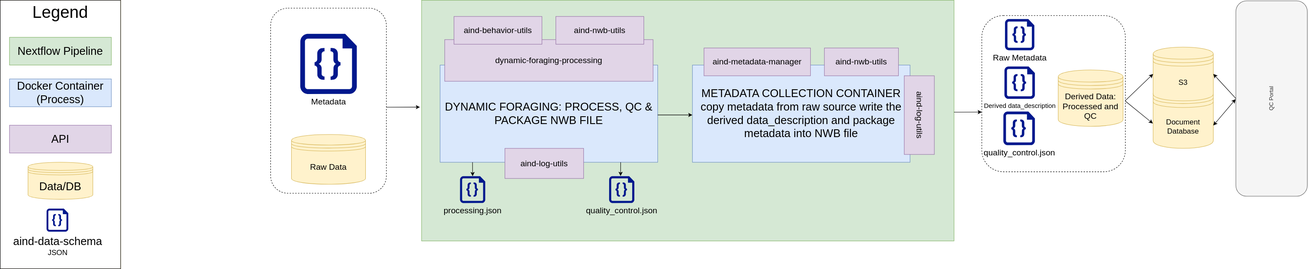
Earlier version of the draw.io export diagrams/dynamic-foraging/dynamic-foraging_pipeline.svg (AllenNeuralDynamics/aind-software-docs). Source tidied: cells renumbered, new cells last; positions are measured from the earlier drawing's top-left corner, leaving out a move shared by most shapes.
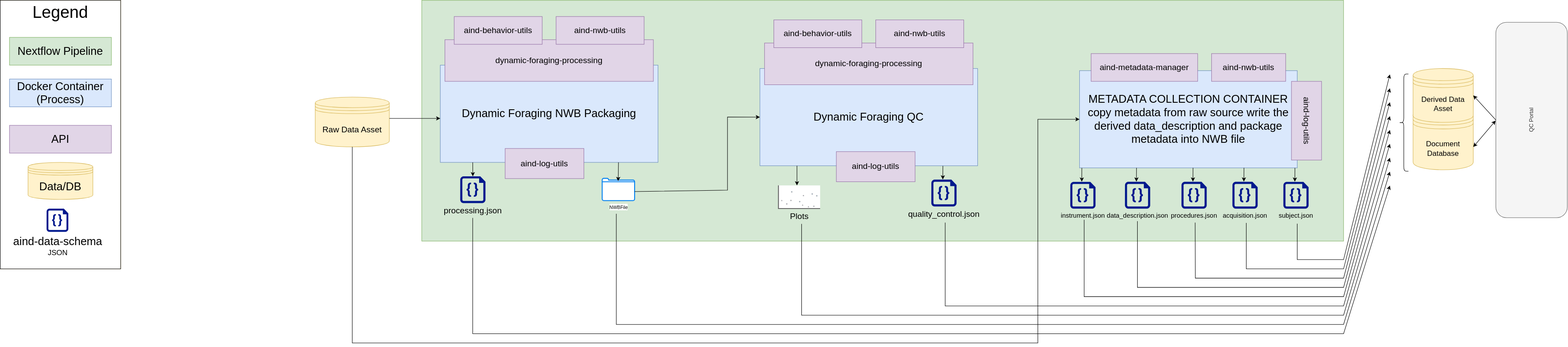
Above is the later version.

Commit message:
fix: add better resolution to outputs

Change to the diagram source:
```diff
@@ -2,38 +2,23 @@
   <root>
     <mxCell id="0" />
     <mxCell id="1" parent="0" />
-    <mxCell id="2" style="rounded=1;whiteSpace=wrap;html=1;fillColor=none;dashed=1;" parent="1" vertex="1">
-      <mxGeometry x="2120" y="33" width="310" height="337.5" as="geometry" />
-    </mxCell>
     <mxCell id="3" style="rounded=0;whiteSpace=wrap;html=1;fillColor=#d5e8d4;strokeColor=#82b366;" parent="1" vertex="1">
-      <mxGeometry x="910" width="1150" height="520" as="geometry" />
+      <mxGeometry x="910" width="1990" height="520" as="geometry" />
     </mxCell>
-    <mxCell id="4" value="&lt;font style=&quot;font-size: 18px;&quot;&gt;Metadata&lt;/font&gt;" style="sketch=0;shadow=0;dashed=0;html=1;strokeColor=none;labelPosition=center;verticalLabelPosition=bottom;verticalAlign=top;align=center;fillColor=#00188D;shape=mxgraph.azure.code_file;" parent="1" vertex="1">
-      <mxGeometry x="647.9" y="72.5" width="122.2" height="130" as="geometry" />
-    </mxCell>
-    <mxCell id="5" value="&lt;font style=&quot;font-size: 18px;&quot;&gt;Raw Data&lt;/font&gt;" style="shape=datastore;whiteSpace=wrap;html=1;fillColor=#fff2cc;strokeColor=#d6b656;" parent="1" vertex="1">
-      <mxGeometry x="629" y="290" width="160" height="107.5" as="geometry" />
+    <mxCell id="5" value="&lt;font style=&quot;font-size: 18px;&quot;&gt;Raw Data Asset&lt;/font&gt;" style="shape=datastore;whiteSpace=wrap;html=1;fillColor=#fff2cc;strokeColor=#d6b656;" parent="1" vertex="1">
+      <mxGeometry x="680" y="209" width="160" height="107.5" as="geometry" />
     </mxCell>
-    <mxCell id="6" style="rounded=1;whiteSpace=wrap;html=1;fillColor=none;dashed=1;" parent="1" vertex="1">
-      <mxGeometry x="584" y="17" width="250" height="400" as="geometry" />
-    </mxCell>
-    <mxCell id="7" value="&lt;font style=&quot;font-size: 18px;&quot;&gt;Raw Metadata&lt;/font&gt;" style="sketch=0;shadow=0;dashed=0;html=1;strokeColor=none;labelPosition=center;verticalLabelPosition=bottom;verticalAlign=top;align=center;fillColor=#00188D;shape=mxgraph.azure.code_file;" parent="1" vertex="1">
-      <mxGeometry x="2170" y="40.5" width="63.5" height="67.5" as="geometry" />
-    </mxCell>
-    <mxCell id="8" value="&lt;font style=&quot;font-size: 18px;&quot;&gt;Derived Data: Processed and QC&lt;/font&gt;" style="shape=datastore;whiteSpace=wrap;html=1;fillColor=#fff2cc;strokeColor=#d6b656;" parent="1" vertex="1">
-      <mxGeometry x="2285" y="150.5" width="140" height="121.9" as="geometry" />
-    </mxCell>
     <mxCell id="9" value="&lt;span style=&quot;font-size: 24px;&quot;&gt;METADATA COLLECTION CONTAINER&lt;/span&gt;&lt;br&gt;&lt;div&gt;&lt;font style=&quot;font-size: 24px;&quot;&gt;copy metadata from raw source write the derived data_description and package metadata into NWB file&lt;/font&gt;&lt;/div&gt;" style="rounded=0;whiteSpace=wrap;html=1;fillColor=#dae8fc;strokeColor=#6c8ebf;" parent="1" vertex="1">
-      <mxGeometry x="1495" y="140" width="470" height="210" as="geometry" />
+      <mxGeometry x="2330" y="151.9" width="470" height="210" as="geometry" />
     </mxCell>
     <mxCell id="10" value="&lt;font style=&quot;font-size: 18px;&quot;&gt;aind-metadata-manager&lt;/font&gt;" style="rounded=0;whiteSpace=wrap;html=1;fillColor=#e1d5e7;strokeColor=#9673a6;" parent="1" vertex="1">
-      <mxGeometry x="1520" y="103.1" width="230" height="60" as="geometry" />
+      <mxGeometry x="2355" y="115" width="230" height="60" as="geometry" />
     </mxCell>
     <mxCell id="11" value="&lt;font style=&quot;font-size: 18px;&quot;&gt;aind-log-utils&lt;/font&gt;" style="rounded=0;whiteSpace=wrap;html=1;rotation=90;fillColor=#e1d5e7;strokeColor=#9673a6;" parent="1" vertex="1">
-      <mxGeometry x="1900" y="215.6" width="170" height="65" as="geometry" />
+      <mxGeometry x="2735" y="227.5" width="170" height="65" as="geometry" />
     </mxCell>
     <mxCell id="12" value="&lt;font style=&quot;font-size: 18px;&quot;&gt;aind-nwb-utils&lt;/font&gt;" style="rounded=0;whiteSpace=wrap;html=1;fillColor=#e1d5e7;strokeColor=#9673a6;" parent="1" vertex="1">
-      <mxGeometry x="1780" y="103.1" width="160" height="60" as="geometry" />
+      <mxGeometry x="2615" y="115" width="160" height="60" as="geometry" />
     </mxCell>
     <mxCell id="13" style="group;fillColor=#fff2cc;strokeColor=#d6b656;" parent="1" vertex="1">
       <mxGeometry width="260" height="580" as="geometry" />
@@ -59,7 +44,7 @@
     <mxCell id="20" value="&lt;font style=&quot;font-size: 24px;&quot;&gt;aind-data-schema&lt;/font&gt;&lt;div&gt;&lt;font size=&quot;3&quot;&gt;JSON&lt;/font&gt;&lt;/div&gt;" style="sketch=0;shadow=0;dashed=0;html=1;strokeColor=none;labelPosition=center;verticalLabelPosition=bottom;verticalAlign=top;align=center;fillColor=#00188D;shape=mxgraph.azure.code_file;" parent="13" vertex="1">
       <mxGeometry x="100" y="450" width="47" height="50" as="geometry" />
     </mxCell>
-    <mxCell id="21" value="&lt;span style=&quot;font-size: 24px;&quot;&gt;DYNAMIC FORAGING: PROCESS, QC &amp;amp; PACKAGE NWB FILE&lt;/span&gt;" style="rounded=0;whiteSpace=wrap;html=1;fillColor=#dae8fc;strokeColor=#6c8ebf;" parent="1" vertex="1">
+    <mxCell id="21" value="&lt;span style=&quot;font-size: 24px;&quot;&gt;Dynamic Foraging NWB Packaging&lt;/span&gt;" style="rounded=0;whiteSpace=wrap;html=1;fillColor=#dae8fc;strokeColor=#6c8ebf;" parent="1" vertex="1">
       <mxGeometry x="950" y="140" width="470" height="210" as="geometry" />
     </mxCell>
     <mxCell id="22" value="&lt;font style=&quot;font-size: 18px;&quot;&gt;dynamic-foraging-processing&lt;/font&gt;" style="rounded=0;whiteSpace=wrap;html=1;fillColor=#e1d5e7;strokeColor=#9673a6;" parent="1" vertex="1">
@@ -74,65 +59,223 @@
     <mxCell id="25" value="&lt;font style=&quot;font-size: 18px;&quot;&gt;aind-log-utils&lt;/font&gt;" style="rounded=0;whiteSpace=wrap;html=1;rotation=0;fillColor=#e1d5e7;strokeColor=#9673a6;" parent="1" vertex="1">
       <mxGeometry x="1090" y="320" width="170" height="65" as="geometry" />
     </mxCell>
-    <mxCell id="26" style="endArrow=classic;html=1;rounded=0;entryX=0;entryY=0.5;entryDx=0;entryDy=0;exitX=0.25;exitY=0;exitDx=0;exitDy=0;" parent="1" edge="1">
-      <mxGeometry relative="1" as="geometry">
-        <mxPoint x="1420" y="247.8" as="sourcePoint" />
-        <mxPoint x="1495" y="247.8" as="targetPoint" />
-      </mxGeometry>
-    </mxCell>
-    <mxCell id="27" style="endArrow=classic;html=1;rounded=0;exitX=0.999;exitY=0.535;exitDx=0;exitDy=0;exitPerimeter=0;entryX=-0.003;entryY=0.444;entryDx=0;entryDy=0;entryPerimeter=0;" parent="1" edge="1" source="6" target="3">
-      <mxGeometry relative="1" as="geometry" />
-    </mxCell>
-    <mxCell id="28" style="endArrow=classic;html=1;rounded=0;exitX=0.25;exitY=0;exitDx=0;exitDy=0;" parent="1" edge="1">
-      <mxGeometry relative="1" as="geometry">
-        <mxPoint x="2060" y="241.9" as="sourcePoint" />
-        <mxPoint x="2120" y="241.5" as="targetPoint" />
-      </mxGeometry>
-    </mxCell>
-    <mxCell id="29" value="&lt;font style=&quot;font-size: 14px;&quot;&gt;Derived data_description&lt;/font&gt;" style="sketch=0;shadow=0;dashed=0;html=1;strokeColor=none;labelPosition=center;verticalLabelPosition=bottom;verticalAlign=top;align=center;fillColor=#00188D;shape=mxgraph.azure.code_file;" parent="1" vertex="1">
-      <mxGeometry x="2168.8" y="143" width="65.8" height="70" as="geometry" />
-    </mxCell>
-    <mxCell id="30" value="&lt;font style=&quot;font-size: 18px;&quot;&gt;quality_control.json&lt;/font&gt;" style="sketch=0;shadow=0;dashed=0;html=1;strokeColor=none;labelPosition=center;verticalLabelPosition=bottom;verticalAlign=top;align=center;fillColor=#00188D;shape=mxgraph.azure.code_file;" parent="1" vertex="1">
-      <mxGeometry x="2166.5" y="240.5" width="68.2" height="72.5" as="geometry" />
-    </mxCell>
     <mxCell id="31" value="&lt;font size=&quot;3&quot;&gt;Document Database&lt;/font&gt;" style="shape=datastore;whiteSpace=wrap;html=1;fillColor=#fff2cc;strokeColor=#d6b656;" parent="1" vertex="1">
-      <mxGeometry x="2490" y="184.9" width="130" height="135" as="geometry" />
+      <mxGeometry x="3050" y="231" width="130" height="135" as="geometry" />
     </mxCell>
-    <mxCell id="32" value="&lt;font size=&quot;3&quot;&gt;S3&lt;/font&gt;" style="shape=datastore;whiteSpace=wrap;html=1;fillColor=#fff2cc;strokeColor=#d6b656;" parent="1" vertex="1">
-      <mxGeometry x="2490" y="101.1" width="130" height="116.2" as="geometry" />
+    <mxCell id="32" value="&lt;font size=&quot;3&quot;&gt;Derived Data Asset&lt;/font&gt;" style="shape=datastore;whiteSpace=wrap;html=1;fillColor=#fff2cc;strokeColor=#d6b656;" parent="1" vertex="1">
+      <mxGeometry x="3050" y="147.3" width="130" height="116.2" as="geometry" />
     </mxCell>
-    <mxCell id="33" style="endArrow=classic;html=1;rounded=0;exitX=0.25;exitY=0;exitDx=0;exitDy=0;entryX=0;entryY=0.5;entryDx=0;entryDy=0;" parent="1" edge="1" target="32">
-      <mxGeometry relative="1" as="geometry">
-        <mxPoint x="2430" y="216.7" as="sourcePoint" />
-      </mxGeometry>
-    </mxCell>
-    <mxCell id="34" style="endArrow=classic;html=1;rounded=0;exitX=0.999;exitY=0.547;exitDx=0;exitDy=0;entryX=-0.004;entryY=0.602;entryDx=0;entryDy=0;exitPerimeter=0;entryPerimeter=0;" parent="1" edge="1" source="2" target="31">
-      <mxGeometry relative="1" as="geometry" />
-    </mxCell>
     <mxCell id="35" value="QC Portal" style="rounded=1;whiteSpace=wrap;html=1;rotation=-90;fillColor=#f5f5f5;strokeColor=#666666;fontColor=#333333;" parent="1" vertex="1">
-      <mxGeometry x="2534.8" y="135.2" width="422.1" height="154.2" as="geometry" />
+      <mxGeometry x="3094.8" y="181.4" width="422.1" height="154.2" as="geometry" />
     </mxCell>
     <mxCell id="36" style="endArrow=classic;html=1;rounded=0;exitX=0.5;exitY=0;exitDx=0;exitDy=0;entryX=1;entryY=0.5;entryDx=0;entryDy=0;" parent="1" edge="1" source="35" target="32">
       <mxGeometry relative="1" as="geometry" />
     </mxCell>
     <mxCell id="37" style="endArrow=classic;startArrow=classic;html=1;rounded=0;entryX=0.497;entryY=-0.003;entryDx=0;entryDy=0;entryPerimeter=0;" parent="1" edge="1" target="35">
       <mxGeometry relative="1" as="geometry">
-        <mxPoint x="2620" y="270.5" as="sourcePoint" />
+        <mxPoint x="3180" y="316.6" as="sourcePoint" />
       </mxGeometry>
     </mxCell>
     <mxCell id="38" value="&lt;span style=&quot;font-size: 18px;&quot;&gt;processing.json&lt;/span&gt;" style="sketch=0;shadow=0;dashed=0;html=1;strokeColor=none;labelPosition=center;verticalLabelPosition=bottom;verticalAlign=top;align=center;fillColor=#00188D;shape=mxgraph.azure.code_file;" parent="1" vertex="1">
       <mxGeometry x="993" y="380" width="54.5" height="58" as="geometry" />
     </mxCell>
     <mxCell id="39" value="&lt;span style=&quot;font-size: 18px;&quot;&gt;quality_control.json&lt;/span&gt;" style="sketch=0;shadow=0;dashed=0;html=1;strokeColor=none;labelPosition=center;verticalLabelPosition=bottom;verticalAlign=top;align=center;fillColor=#00188D;shape=mxgraph.azure.code_file;" parent="1" vertex="1">
-      <mxGeometry x="1315" y="380" width="54.5" height="58" as="geometry" />
+      <mxGeometry x="2010" y="387.3" width="54.5" height="58" as="geometry" />
     </mxCell>
     <mxCell id="40" style="endArrow=classic;html=1;rounded=0;exitX=0.149;exitY=1;exitDx=0;exitDy=0;exitPerimeter=0;entryX=0.5;entryY=0;entryDx=0;entryDy=0;entryPerimeter=0;" parent="1" edge="1" source="21" target="38">
       <mxGeometry relative="1" as="geometry" />
     </mxCell>
     <mxCell id="41" style="endArrow=classic;html=1;rounded=0;exitX=0.149;exitY=1;exitDx=0;exitDy=0;exitPerimeter=0;entryX=0.455;entryY=-0.007;entryDx=0;entryDy=0;entryPerimeter=0;" parent="1" edge="1" target="39">
       <mxGeometry relative="1" as="geometry">
-        <mxPoint x="1340" y="350" as="sourcePoint" />
+        <mxPoint x="2035" y="357.3" as="sourcePoint" />
       </mxGeometry>
     </mxCell>
+    <mxCell id="42" value="&lt;div&gt;&lt;font style=&quot;font-size: 24px;&quot;&gt;Dynamic Foraging QC&lt;/font&gt;&lt;/div&gt;" style="rounded=0;whiteSpace=wrap;html=1;fillColor=#dae8fc;strokeColor=#6c8ebf;" parent="1" vertex="1">
+      <mxGeometry x="1640" y="147.3" width="470" height="210" as="geometry" />
+    </mxCell>
+    <mxCell id="43" value="&lt;font style=&quot;font-size: 18px;&quot;&gt;aind-log-utils&lt;/font&gt;" style="rounded=0;whiteSpace=wrap;html=1;rotation=0;fillColor=#e1d5e7;strokeColor=#9673a6;" parent="1" vertex="1">
+      <mxGeometry x="1805" y="326.8" width="170" height="65" as="geometry" />
+    </mxCell>
+    <mxCell id="44" value="&lt;font style=&quot;font-size: 18px;&quot;&gt;dynamic-foraging-processing&lt;/font&gt;" style="rounded=0;whiteSpace=wrap;html=1;fillColor=#e1d5e7;strokeColor=#9673a6;" parent="1" vertex="1">
+      <mxGeometry x="1650" y="92.2" width="450" height="90" as="geometry" />
+    </mxCell>
+    <mxCell id="45" value="&lt;font style=&quot;font-size: 18px;&quot;&gt;aind-nwb-utils&lt;/font&gt;" style="rounded=0;whiteSpace=wrap;html=1;fillColor=#e1d5e7;strokeColor=#9673a6;" parent="1" vertex="1">
+      <mxGeometry x="1890" y="42.2" width="190" height="60" as="geometry" />
+    </mxCell>
+    <mxCell id="46" value="&lt;font style=&quot;font-size: 18px;&quot;&gt;aind-behavior-utils&lt;/font&gt;" style="rounded=0;whiteSpace=wrap;html=1;fillColor=#e1d5e7;strokeColor=#9673a6;" parent="1" vertex="1">
+      <mxGeometry x="1670" y="42.2" width="190" height="60" as="geometry" />
+    </mxCell>
+    <mxCell id="47" value="&lt;font style=&quot;font-size: 18px;&quot;&gt;Plots&lt;/font&gt;" style="verticalLabelPosition=bottom;shadow=0;dashed=0;align=center;html=1;verticalAlign=top;strokeWidth=1;shape=mxgraph.mockup.graphics.plotChart;strokeColor=none;strokeColor2=#aaaaaa;strokeColor3=#666666;fillColor2=#99aaff,#0022ff,#008cff;" parent="1" vertex="1">
+      <mxGeometry x="1680" y="399.7" width="90" height="50" as="geometry" />
+    </mxCell>
+    <mxCell id="48" style="endArrow=classic;html=1;rounded=0;exitX=0.149;exitY=1;exitDx=0;exitDy=0;exitPerimeter=0;" parent="1" edge="1">
+      <mxGeometry relative="1" as="geometry">
+        <mxPoint x="1720" y="357.3" as="sourcePoint" />
+        <mxPoint x="1720" y="399.7" as="targetPoint" />
+      </mxGeometry>
+    </mxCell>
+    <mxCell id="49" value="&lt;font size=&quot;1&quot;&gt;NWBFile&lt;/font&gt;" style="html=1;verticalLabelPosition=bottom;align=center;labelBackgroundColor=#ffffff;verticalAlign=top;strokeWidth=2;strokeColor=#0080F0;shadow=0;dashed=0;shape=mxgraph.ios7.icons.folder;" parent="1" vertex="1">
+      <mxGeometry x="1300" y="385" width="70" height="48" as="geometry" />
+    </mxCell>
+    <mxCell id="50" style="endArrow=classic;html=1;rounded=0;exitX=0.149;exitY=1;exitDx=0;exitDy=0;exitPerimeter=0;entryX=0.486;entryY=0.111;entryDx=0;entryDy=0;entryPerimeter=0;" parent="1" edge="1" target="49">
+      <mxGeometry relative="1" as="geometry">
+        <mxPoint x="1334.7" y="350" as="sourcePoint" />
+      </mxGeometry>
+    </mxCell>
+    <mxCell id="51" value="&lt;font style=&quot;font-size: 14px;&quot;&gt;data_description.json&lt;/font&gt;" style="sketch=0;shadow=0;dashed=0;html=1;strokeColor=none;labelPosition=center;verticalLabelPosition=bottom;verticalAlign=top;align=center;fillColor=#00188D;shape=mxgraph.azure.code_file;" parent="1" vertex="1">
+      <mxGeometry x="2428" y="391.9" width="54.5" height="58" as="geometry" />
+    </mxCell>
+    <mxCell id="52" style="endArrow=classic;html=1;rounded=0;exitX=0.149;exitY=1;exitDx=0;exitDy=0;exitPerimeter=0;entryX=0.455;entryY=-0.007;entryDx=0;entryDy=0;entryPerimeter=0;" parent="1" edge="1" target="51">
+      <mxGeometry relative="1" as="geometry">
+        <mxPoint x="2453" y="361.9" as="sourcePoint" />
+      </mxGeometry>
+    </mxCell>
+    <mxCell id="53" value="&lt;font style=&quot;font-size: 14px;&quot;&gt;acquisition.json&lt;/font&gt;" style="sketch=0;shadow=0;dashed=0;html=1;strokeColor=none;labelPosition=center;verticalLabelPosition=bottom;verticalAlign=top;align=center;fillColor=#00188D;shape=mxgraph.azure.code_file;" parent="1" vertex="1">
+      <mxGeometry x="2660" y="391.9" width="54.5" height="58" as="geometry" />
+    </mxCell>
+    <mxCell id="54" style="endArrow=classic;html=1;rounded=0;exitX=0.149;exitY=1;exitDx=0;exitDy=0;exitPerimeter=0;entryX=0.455;entryY=-0.007;entryDx=0;entryDy=0;entryPerimeter=0;" parent="1" edge="1" target="53">
+      <mxGeometry relative="1" as="geometry">
+        <mxPoint x="2685" y="361.9" as="sourcePoint" />
+      </mxGeometry>
+    </mxCell>
+    <mxCell id="55" value="&lt;font style=&quot;font-size: 14px;&quot;&gt;instrument.json&lt;/font&gt;" style="sketch=0;shadow=0;dashed=0;html=1;strokeColor=none;labelPosition=center;verticalLabelPosition=bottom;verticalAlign=top;align=center;fillColor=#00188D;shape=mxgraph.azure.code_file;" parent="1" vertex="1">
+      <mxGeometry x="2310" y="392" width="54.5" height="58" as="geometry" />
+    </mxCell>
+    <mxCell id="56" style="endArrow=classic;html=1;rounded=0;exitX=0.149;exitY=1;exitDx=0;exitDy=0;exitPerimeter=0;entryX=0.455;entryY=-0.007;entryDx=0;entryDy=0;entryPerimeter=0;" parent="1" edge="1" target="55">
+      <mxGeometry relative="1" as="geometry">
+        <mxPoint x="2335" y="362" as="sourcePoint" />
+      </mxGeometry>
+    </mxCell>
+    <mxCell id="57" value="&lt;font style=&quot;font-size: 14px;&quot;&gt;subject.json&lt;/font&gt;" style="sketch=0;shadow=0;dashed=0;html=1;strokeColor=none;labelPosition=center;verticalLabelPosition=bottom;verticalAlign=top;align=center;fillColor=#00188D;shape=mxgraph.azure.code_file;" parent="1" vertex="1">
+      <mxGeometry x="2770" y="392" width="54.5" height="58" as="geometry" />
+    </mxCell>
+    <mxCell id="58" style="endArrow=classic;html=1;rounded=0;exitX=0.149;exitY=1;exitDx=0;exitDy=0;exitPerimeter=0;entryX=0.455;entryY=-0.007;entryDx=0;entryDy=0;entryPerimeter=0;" parent="1" edge="1" target="57">
+      <mxGeometry relative="1" as="geometry">
+        <mxPoint x="2795" y="362" as="sourcePoint" />
+      </mxGeometry>
+    </mxCell>
+    <mxCell id="59" value="&lt;font style=&quot;font-size: 14px;&quot;&gt;procedures.json&lt;/font&gt;" style="sketch=0;shadow=0;dashed=0;html=1;strokeColor=none;labelPosition=center;verticalLabelPosition=bottom;verticalAlign=top;align=center;fillColor=#00188D;shape=mxgraph.azure.code_file;" parent="1" vertex="1">
+      <mxGeometry x="2550" y="391.9" width="54.5" height="58" as="geometry" />
+    </mxCell>
+    <mxCell id="60" style="endArrow=classic;html=1;rounded=0;exitX=0.149;exitY=1;exitDx=0;exitDy=0;exitPerimeter=0;entryX=0.455;entryY=-0.007;entryDx=0;entryDy=0;entryPerimeter=0;" parent="1" edge="1" target="59">
+      <mxGeometry relative="1" as="geometry">
+        <mxPoint x="2575" y="361.9" as="sourcePoint" />
+      </mxGeometry>
+    </mxCell>
+    <mxCell id="61" style="endArrow=classic;html=1;rounded=0;" parent="1" edge="1">
+      <mxGeometry relative="1" as="geometry">
+        <mxPoint x="1020" y="470" as="sourcePoint" />
+        <mxPoint x="3000" y="400" as="targetPoint" />
+        <Array as="points">
+          <mxPoint x="1020" y="720" />
+          <mxPoint x="2900" y="720" />
+        </Array>
+      </mxGeometry>
+    </mxCell>
+    <mxCell id="62" style="endArrow=classic;html=1;rounded=0;" parent="1" edge="1">
+      <mxGeometry relative="1" as="geometry">
+        <mxPoint x="1330" y="461" as="sourcePoint" />
+        <mxPoint x="3000" y="370" as="targetPoint" />
+        <Array as="points">
+          <mxPoint x="1330" y="700" />
+          <mxPoint x="2900" y="700" />
+        </Array>
+      </mxGeometry>
+    </mxCell>
+    <mxCell id="63" style="endArrow=classic;html=1;rounded=0;" parent="1" edge="1">
+      <mxGeometry relative="1" as="geometry">
+        <mxPoint x="1730" y="482.9" as="sourcePoint" />
+        <mxPoint x="3000" y="340" as="targetPoint" />
+        <Array as="points">
+          <mxPoint x="1730" y="680" />
+          <mxPoint x="2900" y="680" />
+        </Array>
+      </mxGeometry>
+    </mxCell>
+    <mxCell id="64" style="endArrow=classic;html=1;rounded=0;entryX=0;entryY=0.5;entryDx=0;entryDy=0;exitX=0.992;exitY=0.583;exitDx=0;exitDy=0;exitPerimeter=0;" parent="1" edge="1" source="49" target="42">
+      <mxGeometry relative="1" as="geometry">
+        <Array as="points">
+          <mxPoint x="1570" y="410" />
+          <mxPoint x="1570" y="252" />
+        </Array>
+      </mxGeometry>
+    </mxCell>
+    <mxCell id="65" style="endArrow=classic;html=1;rounded=0;" parent="1" edge="1">
+      <mxGeometry relative="1" as="geometry">
+        <mxPoint x="840" y="255" as="sourcePoint" />
+        <mxPoint x="950" y="255" as="targetPoint" />
+      </mxGeometry>
+    </mxCell>
+    <mxCell id="66" style="endArrow=classic;html=1;rounded=0;entryX=0;entryY=0.5;entryDx=0;entryDy=0;exitX=0.5;exitY=1;exitDx=0;exitDy=0;" parent="1" edge="1" source="5" target="9">
+      <mxGeometry relative="1" as="geometry">
+        <Array as="points">
+          <mxPoint x="760" y="740" />
+          <mxPoint x="2240" y="740" />
+          <mxPoint x="2240" y="257" />
+        </Array>
+      </mxGeometry>
+    </mxCell>
+    <mxCell id="67" style="shape=curlyBracket;whiteSpace=wrap;html=1;rounded=1;labelPosition=left;verticalLabelPosition=middle;align=right;verticalAlign=middle;" parent="1" vertex="1">
+      <mxGeometry x="3020" y="159.1" width="20" height="210" as="geometry" />
+    </mxCell>
+    <mxCell id="68" style="endArrow=classic;html=1;rounded=0;" parent="1" edge="1">
+      <mxGeometry relative="1" as="geometry">
+        <mxPoint x="2040" y="480.1" as="sourcePoint" />
+        <mxPoint x="3000" y="310" as="targetPoint" />
+        <Array as="points">
+          <mxPoint x="2040" y="660" />
+          <mxPoint x="2900" y="660" />
+        </Array>
+      </mxGeometry>
+    </mxCell>
+    <mxCell id="69" style="endArrow=classic;html=1;rounded=0;" parent="1" edge="1">
+      <mxGeometry relative="1" as="geometry">
+        <mxPoint x="2340" y="474" as="sourcePoint" />
+        <mxPoint x="3000" y="280" as="targetPoint" />
+        <Array as="points">
+          <mxPoint x="2340" y="640" />
+          <mxPoint x="2900" y="640" />
+        </Array>
+      </mxGeometry>
+    </mxCell>
+    <mxCell id="70" style="endArrow=classic;html=1;rounded=0;" parent="1" edge="1">
+      <mxGeometry relative="1" as="geometry">
+        <mxPoint x="2455" y="477.1" as="sourcePoint" />
+        <mxPoint x="3000" y="250" as="targetPoint" />
+        <Array as="points">
+          <mxPoint x="2455" y="620" />
+          <mxPoint x="2900" y="620" />
+        </Array>
+      </mxGeometry>
+    </mxCell>
+    <mxCell id="71" style="endArrow=classic;html=1;rounded=0;exitX=0.839;exitY=0.923;exitDx=0;exitDy=0;exitPerimeter=0;" parent="1" edge="1" source="3">
+      <mxGeometry relative="1" as="geometry">
+        <mxPoint x="3000" y="220" as="targetPoint" />
+        <Array as="points">
+          <mxPoint x="2580" y="600" />
+          <mxPoint x="2900" y="600" />
+        </Array>
+      </mxGeometry>
+    </mxCell>
+    <mxCell id="72" style="endArrow=classic;html=1;rounded=0;" parent="1" edge="1">
+      <mxGeometry relative="1" as="geometry">
+        <mxPoint x="2690" y="480.8" as="sourcePoint" />
+        <mxPoint x="3000" y="190" as="targetPoint" />
+        <Array as="points">
+          <mxPoint x="2690" y="580" />
+          <mxPoint x="2900" y="580" />
+        </Array>
+      </mxGeometry>
+    </mxCell>
+    <mxCell id="73" style="endArrow=classic;html=1;rounded=0;" parent="1" edge="1">
+      <mxGeometry relative="1" as="geometry">
+        <mxPoint x="2800" y="482.4" as="sourcePoint" />
+        <mxPoint x="3000" y="160" as="targetPoint" />
+        <Array as="points">
+          <mxPoint x="2800" y="560" />
+          <mxPoint x="2900" y="560" />
+        </Array>
+      </mxGeometry>
+    </mxCell>
   </root>
 </mxGraphModel>
```
